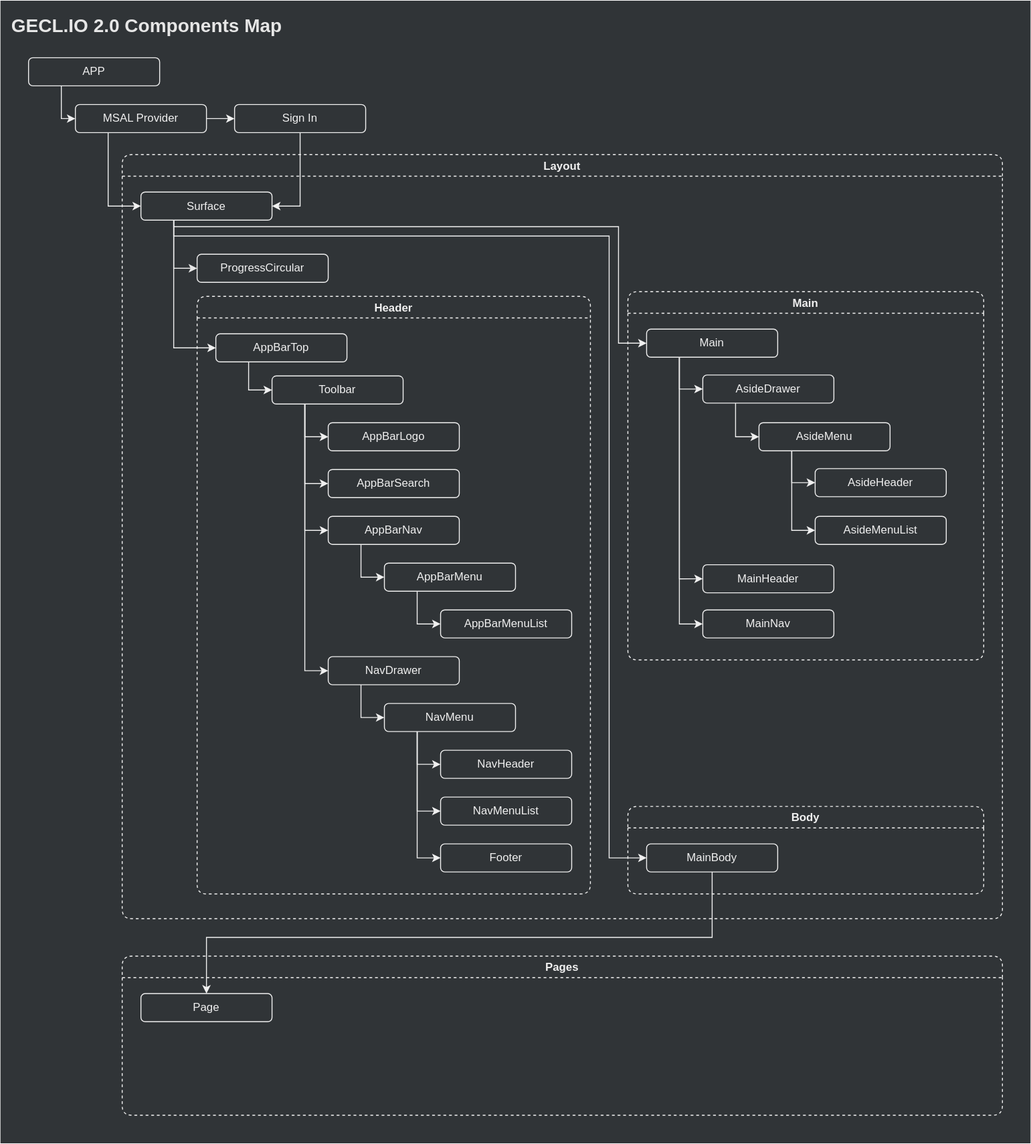
Earlier version of the draw.io export assets/.draw.io/documents/geclio2-components-diagram.svg (jiholee-ntwglobal/jiholee-ntwglobal.github.io). Source tidied: cells renumbered, new cells last; positions are measured from the earlier drawing's top-left corner, leaving out a move shared by most shapes.
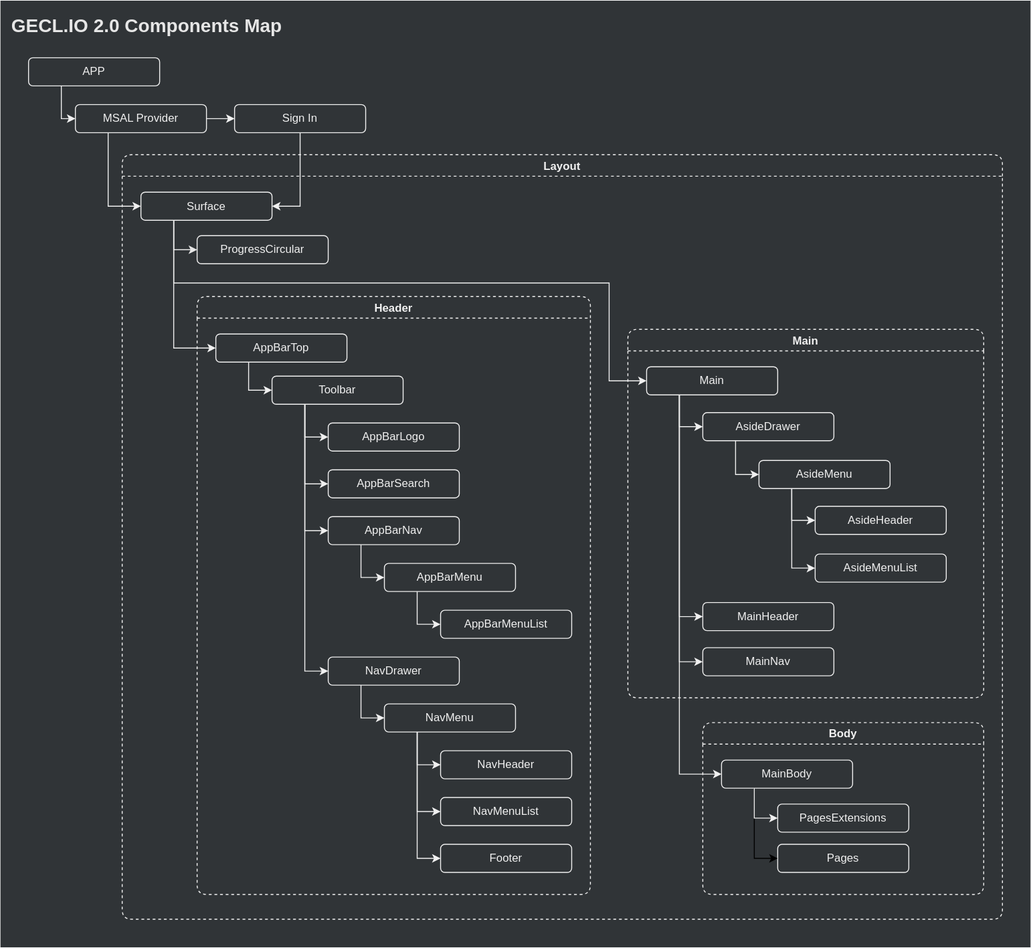
The same diagram one commit later.

The edit, as a diff of the source:
```diff
@@ -3,7 +3,7 @@
     <mxCell id="0" />
     <mxCell id="1" value="Background" parent="0" />
     <mxCell id="2" style="rounded=0;whiteSpace=wrap;html=1;strokeColor=none;fontColor=#F0F0F0;labelBackgroundColor=none;fillColor=#303437;" parent="1" vertex="1">
-      <mxGeometry width="1100" height="1221" as="geometry" />
+      <mxGeometry width="1100" height="1011" as="geometry" />
     </mxCell>
     <mxCell id="3" value="Foreground" parent="0" />
     <mxCell id="4" value="&lt;b&gt;GECL.IO 2.0 Components&amp;nbsp;&lt;/b&gt;&lt;b&gt;Map&amp;nbsp;&lt;/b&gt;" style="text;html=1;strokeColor=none;fillColor=none;align=left;verticalAlign=middle;whiteSpace=wrap;rounded=0;fontSize=20;fontColor=#E6E6E6;" parent="3" vertex="1">
@@ -56,7 +56,7 @@
     <mxCell id="14" style="edgeStyle=orthogonalEdgeStyle;rounded=0;jettySize=auto;html=1;exitX=0.25;exitY=1;exitDx=0;exitDy=0;entryX=0;entryY=0.5;entryDx=0;entryDy=0;strokeColor=#E6E6E6;" parent="10" edge="1" source="18" target="19">
       <mxGeometry relative="1" as="geometry">
         <Array as="points">
-          <mxPoint x="55" y="122" />
+          <mxPoint x="55" y="102" />
         </Array>
       </mxGeometry>
     </mxCell>
@@ -70,18 +70,16 @@
     <mxCell id="16" style="edgeStyle=orthogonalEdgeStyle;rounded=0;jettySize=auto;html=1;exitX=0.25;exitY=1;exitDx=0;exitDy=0;entryX=0;entryY=0.5;entryDx=0;entryDy=0;strokeColor=#F0F0F0;" parent="10" edge="1" source="18" target="34">
       <mxGeometry relative="1" as="geometry">
         <Array as="points">
-          <mxPoint x="55" y="77" />
-          <mxPoint x="530" y="77" />
-          <mxPoint x="530" y="202" />
+          <mxPoint x="55" y="137" />
+          <mxPoint x="520" y="137" />
+          <mxPoint x="520" y="242" />
         </Array>
       </mxGeometry>
     </mxCell>
-    <mxCell id="17" style="edgeStyle=orthogonalEdgeStyle;rounded=0;jettySize=auto;html=1;exitX=0.25;exitY=1;exitDx=0;exitDy=0;entryX=0;entryY=0.5;entryDx=0;entryDy=0;strokeColor=#F0F0F0;" parent="10" edge="1" source="18" target="48">
+    <mxCell id="17" style="edgeStyle=orthogonalEdgeStyle;rounded=0;jettySize=auto;html=1;exitX=0.25;exitY=1;exitDx=0;exitDy=0;entryX=0;entryY=0.5;entryDx=0;entryDy=0;strokeColor=#F0F0F0;" parent="10" edge="1" source="34" target="48">
       <mxGeometry relative="1" as="geometry">
         <Array as="points">
-          <mxPoint x="55" y="87" />
-          <mxPoint x="520" y="87" />
-          <mxPoint x="520" y="752" />
+          <mxPoint x="595" y="662" />
         </Array>
       </mxGeometry>
     </mxCell>
@@ -89,7 +87,7 @@
       <mxGeometry x="20" y="40" width="140" height="30" as="geometry" />
     </mxCell>
     <mxCell id="19" value="ProgressCircular" style="rounded=1;whiteSpace=wrap;html=1;fontColor=#F0F0F0;strokeColor=#F0F0F0;fillColor=#303437;" parent="10" vertex="1">
-      <mxGeometry x="80" y="106.5" width="140" height="30" as="geometry" />
+      <mxGeometry x="80" y="86.5" width="140" height="30" as="geometry" />
     </mxCell>
     <mxCell id="20" value="Header" style="swimlane;rounded=1;fillColor=none;fontColor=#F0F0F0;strokeColor=#F2F2F2;dashed=1;" parent="10" vertex="1">
       <mxGeometry x="80" y="151.5" width="420" height="638.5" as="geometry" />
@@ -126,7 +124,7 @@
       <mxGeometry x="80" y="85" width="140" height="30" as="geometry" />
     </mxCell>
     <mxCell id="27" value="Main" style="swimlane;rounded=1;fillColor=none;fontColor=#F0F0F0;strokeColor=#F2F2F2;dashed=1;" parent="10" vertex="1">
-      <mxGeometry x="540" y="146.5" width="380" height="393.5" as="geometry" />
+      <mxGeometry x="540" y="186.5" width="380" height="393.5" as="geometry" />
     </mxCell>
     <mxCell id="28" style="edgeStyle=orthogonalEdgeStyle;rounded=0;orthogonalLoop=1;jettySize=auto;html=1;entryX=1;entryY=0.5;entryDx=0;entryDy=0;strokeColor=#CCE5FF;" parent="27" edge="1">
       <mxGeometry relative="1" as="geometry">
@@ -194,7 +192,7 @@
       <mxGeometry x="80" y="340" width="140" height="30" as="geometry" />
     </mxCell>
     <mxCell id="44" value="Body" style="swimlane;rounded=1;fillColor=none;fontColor=#F0F0F0;strokeColor=#F2F2F2;dashed=1;" parent="10" vertex="1">
-      <mxGeometry x="540" y="696.5" width="380" height="93.5" as="geometry" />
+      <mxGeometry x="620" y="606.5" width="300" height="183.5" as="geometry" />
     </mxCell>
     <mxCell id="45" style="edgeStyle=orthogonalEdgeStyle;rounded=0;orthogonalLoop=1;jettySize=auto;html=1;entryX=1;entryY=0.5;entryDx=0;entryDy=0;strokeColor=#CCE5FF;" parent="44" edge="1">
       <mxGeometry relative="1" as="geometry">
@@ -232,51 +230,24 @@
         <mxPoint x="175" y="170" as="sourcePoint" />
       </mxGeometry>
     </mxCell>
+    <mxCell id="58" value="PagesExtensions" style="rounded=1;whiteSpace=wrap;html=1;fontColor=#F0F0F0;strokeColor=#F0F0F0;fillColor=#303437;" parent="44" vertex="1">
+      <mxGeometry x="80" y="87" width="140" height="30" as="geometry" />
+    </mxCell>
+    <mxCell id="54" value="Pages" style="rounded=1;whiteSpace=wrap;html=1;fontColor=#F0F0F0;strokeColor=#F0F0F0;fillColor=#303437;" parent="44" vertex="1">
+      <mxGeometry x="80" y="130" width="140" height="30" as="geometry" />
+    </mxCell>
+    <mxCell id="83" style="edgeStyle=orthogonalEdgeStyle;rounded=0;jettySize=auto;html=1;exitX=0.25;exitY=1;exitDx=0;exitDy=0;entryX=0;entryY=0.5;entryDx=0;entryDy=0;" parent="44" edge="1" source="48" target="54">
+      <mxGeometry relative="1" as="geometry" />
+    </mxCell>
+    <mxCell id="82" style="edgeStyle=orthogonalEdgeStyle;rounded=0;jettySize=auto;html=1;exitX=0.25;exitY=1;exitDx=0;exitDy=0;strokeColor=#F0F0F0;entryX=0;entryY=0.5;entryDx=0;entryDy=0;" parent="44" edge="1" source="48" target="58">
+      <mxGeometry relative="1" as="geometry" />
+    </mxCell>
     <mxCell id="52" style="edgeStyle=orthogonalEdgeStyle;rounded=0;jettySize=auto;html=1;entryX=1;entryY=0.5;entryDx=0;entryDy=0;strokeColor=#F0F0F0;" parent="3" edge="1" source="53" target="18">
       <mxGeometry relative="1" as="geometry" />
     </mxCell>
     <mxCell id="53" value="Sign In" style="rounded=1;whiteSpace=wrap;html=1;fontColor=#F0F0F0;strokeColor=#F0F0F0;fillColor=#303437;" parent="3" vertex="1">
       <mxGeometry x="250" y="111" width="140" height="30" as="geometry" />
     </mxCell>
-    <mxCell id="54" value="Pages" style="swimlane;rounded=1;fillColor=none;fontColor=#F0F0F0;strokeColor=#F2F2F2;dashed=1;" parent="3" vertex="1">
-      <mxGeometry x="130" y="1021" width="940" height="170" as="geometry" />
-    </mxCell>
-    <mxCell id="55" style="edgeStyle=orthogonalEdgeStyle;rounded=0;orthogonalLoop=1;jettySize=auto;html=1;entryX=1;entryY=0.5;entryDx=0;entryDy=0;strokeColor=#CCE5FF;" parent="54" edge="1">
-      <mxGeometry relative="1" as="geometry">
-        <mxPoint x="175" y="240" as="targetPoint" />
-      </mxGeometry>
-    </mxCell>
-    <mxCell id="56" style="edgeStyle=orthogonalEdgeStyle;rounded=1;orthogonalLoop=1;jettySize=auto;html=1;entryX=0;entryY=0.5;entryDx=0;entryDy=0;strokeColor=#FFFFCC;startArrow=classic;startFill=1;jumpStyle=arc;exitX=0.5;exitY=1;exitDx=0;exitDy=0;" parent="54" edge="1">
-      <mxGeometry relative="1" as="geometry">
-        <mxPoint x="110" y="275" as="sourcePoint" />
-        <Array as="points">
-          <mxPoint x="110" y="378" />
-        </Array>
-      </mxGeometry>
-    </mxCell>
-    <mxCell id="57" style="edgeStyle=orthogonalEdgeStyle;rounded=1;orthogonalLoop=1;jettySize=auto;html=1;entryX=0.5;entryY=1;entryDx=0;entryDy=0;startArrow=classic;startFill=1;strokeColor=#FFFFCC;" parent="54" edge="1">
-      <mxGeometry relative="1" as="geometry">
-        <mxPoint x="195" y="130" as="targetPoint" />
-      </mxGeometry>
-    </mxCell>
-    <mxCell id="58" value="Page" style="rounded=1;whiteSpace=wrap;html=1;fontColor=#F0F0F0;strokeColor=#F0F0F0;fillColor=#303437;" parent="54" vertex="1">
-      <mxGeometry x="20" y="40" width="140" height="30" as="geometry" />
-    </mxCell>
-    <mxCell id="59" style="edgeStyle=orthogonalEdgeStyle;rounded=0;orthogonalLoop=1;jettySize=auto;html=1;exitX=0.25;exitY=1;exitDx=0;exitDy=0;entryX=0;entryY=0.5;entryDx=0;entryDy=0;" parent="54" edge="1">
-      <mxGeometry relative="1" as="geometry">
-        <mxPoint x="115" y="119" as="sourcePoint" />
-      </mxGeometry>
-    </mxCell>
-    <mxCell id="60" style="edgeStyle=orthogonalEdgeStyle;rounded=0;orthogonalLoop=1;jettySize=auto;html=1;exitX=0.25;exitY=1;exitDx=0;exitDy=0;entryX=0;entryY=0.5;entryDx=0;entryDy=0;" parent="54" edge="1">
-      <mxGeometry relative="1" as="geometry">
-        <mxPoint x="175" y="170" as="sourcePoint" />
-      </mxGeometry>
-    </mxCell>
-    <mxCell id="61" style="edgeStyle=orthogonalEdgeStyle;rounded=0;orthogonalLoop=1;jettySize=auto;html=1;exitX=0.25;exitY=1;exitDx=0;exitDy=0;entryX=0;entryY=0.5;entryDx=0;entryDy=0;" parent="54" edge="1">
-      <mxGeometry relative="1" as="geometry">
-        <mxPoint x="175" y="170" as="sourcePoint" />
-      </mxGeometry>
-    </mxCell>
     <mxCell id="62" style="edgeStyle=orthogonalEdgeStyle;rounded=0;jettySize=auto;html=1;exitX=0.25;exitY=1;exitDx=0;exitDy=0;entryX=0;entryY=0.5;entryDx=0;entryDy=0;strokeColor=#F0F0F0;" parent="3" edge="1" source="26" target="63">
       <mxGeometry relative="1" as="geometry" />
     </mxCell>
@@ -349,13 +320,5 @@
         </Array>
       </mxGeometry>
     </mxCell>
-    <mxCell id="82" style="edgeStyle=orthogonalEdgeStyle;rounded=0;jettySize=auto;html=1;exitX=0.5;exitY=1;exitDx=0;exitDy=0;entryX=0.5;entryY=0;entryDx=0;entryDy=0;strokeColor=#F0F0F0;" parent="3" edge="1" source="48" target="58">
-      <mxGeometry relative="1" as="geometry">
-        <Array as="points">
-          <mxPoint x="760" y="1001" />
-          <mxPoint x="220" y="1001" />
-        </Array>
-      </mxGeometry>
-    </mxCell>
   </root>
 </mxGraphModel>
```
